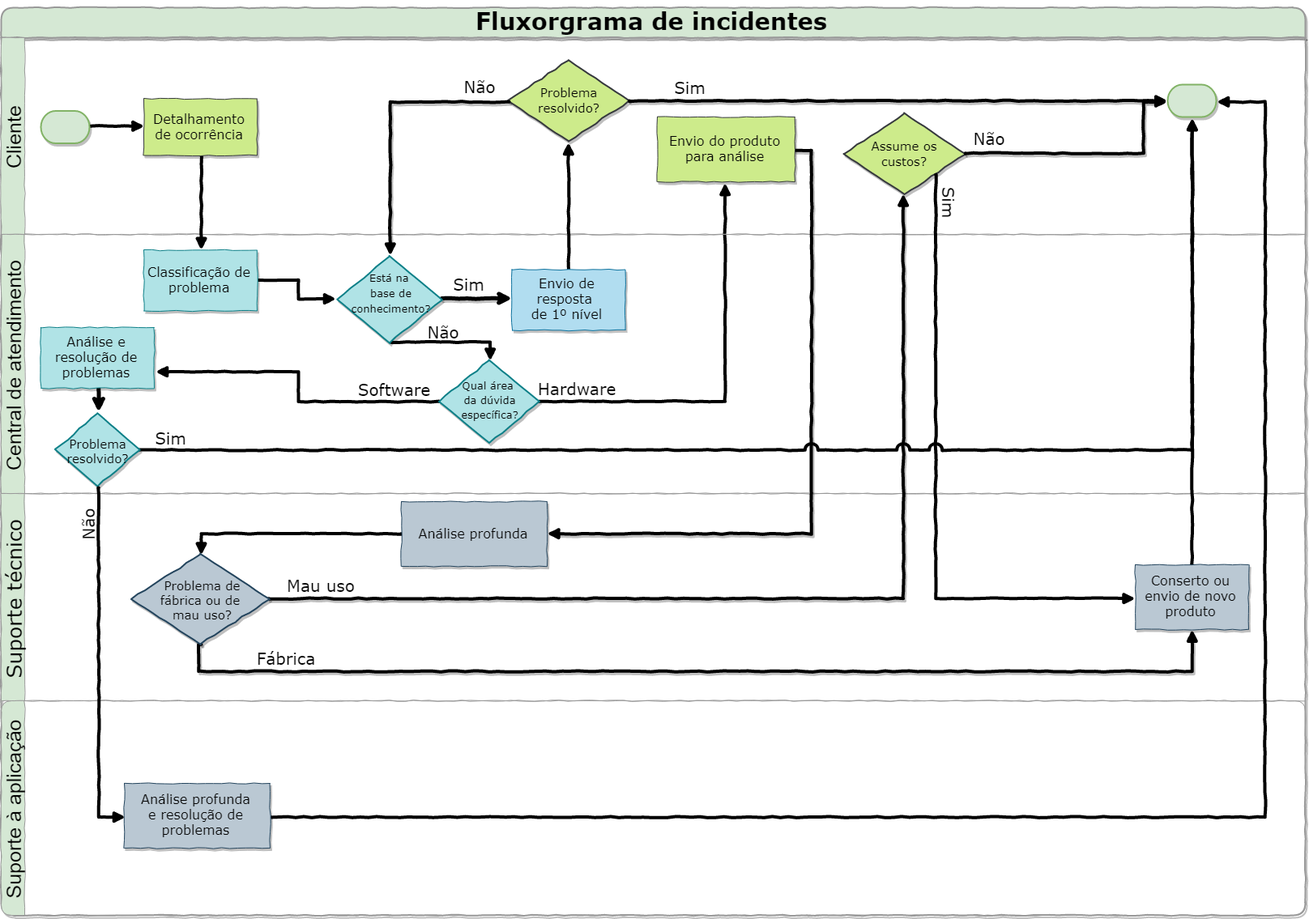
Earlier version of the draw.io export documentacao/Documentação/Fluxograma atendimento/Fluxograma de incidentes/Fluxograma-Incidentes.png (carinadidomenico/Plant.ai). Source tidied: cells renumbered, new cells last; positions are measured from the earlier drawing's top-left corner, leaving out a move shared by most shapes.
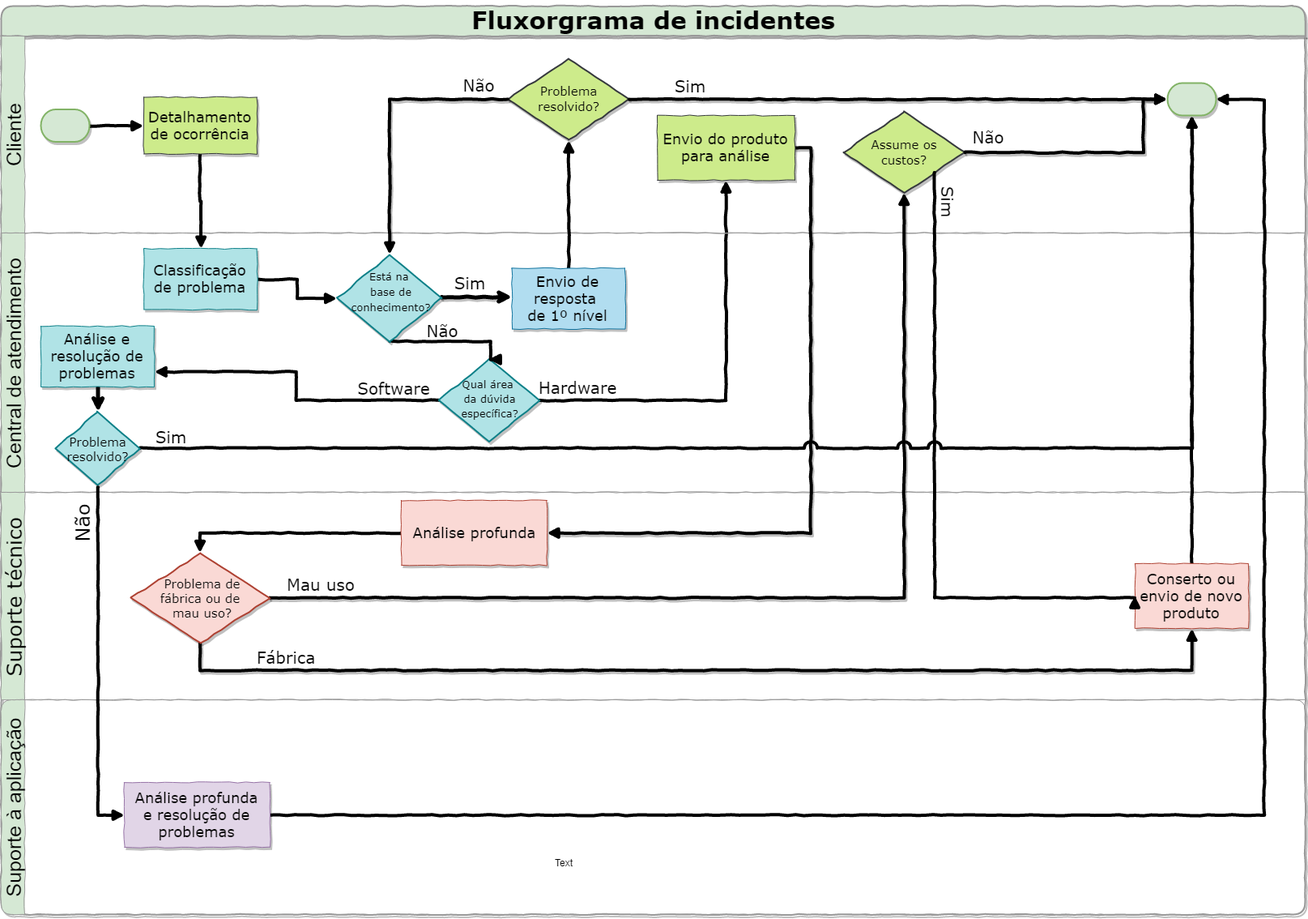
Later version of the same file.

Change to the diagram source:
```diff
@@ -14,7 +14,7 @@
     <mxCell id="5" style="rhombus;whiteSpace=wrap;html=1;rounded=0;strokeWidth=2;fillColor=#b0e3e6;fontFamily=Verdana;fontSize=16;comic=1;shadow=1;strokeColor=#0e8088;" parent="1" vertex="1">
       <mxGeometry x="540.5" y="435.5" width="124" height="102" as="geometry" />
     </mxCell>
-    <mxCell id="6" value="&lt;p style=&quot;line-height: 140%&quot;&gt;&lt;font style=&quot;font-size: 29px&quot;&gt;Fluxorgrama de incidentes&lt;/font&gt;&lt;/p&gt;" style="swimlane;html=1;horizontal=1;startSize=37;rounded=1;shadow=1;glass=0;comic=1;strokeWidth=2;fontFamily=Verdana;fontSize=15;swimlaneLine=1;arcSize=14;fillColor=#d5e8d4;strokeColor=#999999;" parent="1" vertex="1">
+    <mxCell id="6" value="&lt;p style=&quot;line-height: 140%&quot;&gt;&lt;font style=&quot;font-size: 30px&quot;&gt;Fluxorgrama de incidentes&lt;/font&gt;&lt;/p&gt;" style="swimlane;html=1;horizontal=1;startSize=37;rounded=1;shadow=1;glass=0;comic=1;strokeWidth=2;fontFamily=Verdana;fontSize=15;swimlaneLine=1;arcSize=14;fillColor=#d5e8d4;strokeColor=#999999;" parent="1" vertex="1">
       <mxGeometry width="1610" height="1121" as="geometry" />
     </mxCell>
     <mxCell id="7" value="&lt;font&gt;&lt;font style=&quot;font-size: 25px ; font-weight: normal&quot;&gt;Cliente&lt;/font&gt;&lt;br&gt;&lt;/font&gt;" style="swimlane;html=1;startSize=29;horizontal=0;swimlaneLine=1;rounded=1;comic=1;arcSize=0;fillColor=#d5e8d4;strokeColor=#999999;flipV=0;flipH=0;" parent="6" vertex="1">
@@ -56,8 +56,8 @@
     <mxCell id="19" value="&lt;font style=&quot;font-size: 20px;&quot;&gt;Fábrica&lt;/font&gt;" style="text;html=1;align=center;verticalAlign=middle;whiteSpace=wrap;rounded=0;fontFamily=Verdana;fontSize=20;rotation=90;shadow=1;comic=1;direction=south;horizontal=0;" parent="18" vertex="1">
       <mxGeometry x="341" y="157.5" width="20" height="90" as="geometry" />
     </mxCell>
-    <mxCell id="20" value="&lt;font style=&quot;font-size: 20px;&quot;&gt;Não&lt;/font&gt;" style="text;html=1;align=center;verticalAlign=middle;whiteSpace=wrap;rounded=0;fontFamily=Verdana;fontSize=20;shadow=1;comic=1;rotation=-90;" parent="18" vertex="1">
-      <mxGeometry x="87" y="27" width="40" height="23" as="geometry" />
+    <mxCell id="20" value="&lt;font style=&quot;font-size: 24px;&quot;&gt;Não&lt;/font&gt;" style="text;html=1;align=center;verticalAlign=middle;whiteSpace=wrap;rounded=0;fontFamily=Verdana;fontSize=24;shadow=1;comic=1;rotation=-90;" parent="18" vertex="1">
+      <mxGeometry x="80" y="27" width="40" height="23" as="geometry" />
     </mxCell>
     <mxCell id="21" value="&lt;font&gt;&lt;font style=&quot;font-size: 25px ; font-weight: normal&quot;&gt;Suporte à aplicação&lt;/font&gt;&lt;br&gt;&lt;/font&gt;" style="swimlane;html=1;startSize=29;horizontal=0;swimlaneLine=1;rounded=1;comic=1;fillColor=#d5e8d4;strokeColor=#999999;" parent="6" vertex="1">
       <mxGeometry y="856" width="1610" height="265" as="geometry" />
@@ -71,7 +71,7 @@
     <mxCell id="24" style="edgeStyle=orthogonalEdgeStyle;rounded=0;comic=1;jettySize=auto;html=1;exitX=0.5;exitY=1;exitDx=0;exitDy=0;shadow=0;startSize=20;endArrow=block;endFill=1;strokeWidth=4;jumpStyle=arc;" parent="1" edge="1" source="25" target="53">
       <mxGeometry relative="1" as="geometry" />
     </mxCell>
-    <mxCell id="25" value="Detalhamento de ocorrência" style="text;html=1;strokeColor=#36393d;fillColor=#cdeb8b;align=center;verticalAlign=middle;whiteSpace=wrap;rounded=0;fontSize=16;fontFamily=Verdana;horizontal=1;shadow=1;comic=1;" parent="1" vertex="1">
+    <mxCell id="25" value="&lt;font style=&quot;font-size: 18px&quot;&gt;Detalhamento de ocorrência&lt;/font&gt;" style="text;html=1;strokeColor=#36393d;fillColor=#cdeb8b;align=center;verticalAlign=middle;whiteSpace=wrap;rounded=0;fontSize=16;fontFamily=Verdana;horizontal=1;shadow=1;comic=1;" parent="1" vertex="1">
       <mxGeometry x="176" y="112.5" width="140" height="70" as="geometry" />
     </mxCell>
     <mxCell id="26" style="edgeStyle=orthogonalEdgeStyle;rounded=0;comic=1;jumpStyle=sharp;orthogonalLoop=1;jettySize=auto;html=1;exitX=1;exitY=0.5;exitDx=0;exitDy=0;entryX=0;entryY=0.5;entryDx=0;entryDy=0;shadow=1;fontFamily=Verdana;fontSize=15;strokeWidth=5;" parent="1" edge="1">
@@ -96,7 +96,7 @@
     <mxCell id="30" style="edgeStyle=orthogonalEdgeStyle;rounded=0;jettySize=auto;html=1;exitX=0.5;exitY=0;exitDx=0;exitDy=0;entryX=0.5;entryY=1;entryDx=0;entryDy=0;comic=1;endArrow=block;endFill=1;strokeWidth=4;jumpStyle=arc;" parent="1" edge="1" source="31" target="32">
       <mxGeometry relative="1" as="geometry" />
     </mxCell>
-    <mxCell id="31" value="Envio de resposta &lt;br&gt;de 1º nível" style="text;html=1;strokeColor=#10739e;fillColor=#b1ddf0;align=center;verticalAlign=middle;whiteSpace=wrap;rounded=0;fontSize=16;fontFamily=Verdana;horizontal=1;shadow=1;comic=1;" parent="1" vertex="1">
+    <mxCell id="31" value="&lt;font style=&quot;font-size: 18px&quot;&gt;Envio de resposta &lt;br&gt;de 1º nível&lt;/font&gt;" style="text;html=1;strokeColor=#10739e;fillColor=#b1ddf0;align=center;verticalAlign=middle;whiteSpace=wrap;rounded=0;fontSize=16;fontFamily=Verdana;horizontal=1;shadow=1;comic=1;" parent="1" vertex="1">
       <mxGeometry x="630.5" y="323.5" width="140" height="75" as="geometry" />
     </mxCell>
     <mxCell id="32" style="rhombus;whiteSpace=wrap;html=1;rounded=0;strokeWidth=2;fillColor=#cdeb8b;fontFamily=Verdana;fontSize=16;shadow=1;comic=1;strokeColor=#36393d;" parent="1" vertex="1">
@@ -122,13 +122,13 @@
     <mxCell id="37" style="edgeStyle=orthogonalEdgeStyle;rounded=0;comic=1;jettySize=auto;html=1;exitX=1;exitY=0.5;exitDx=0;exitDy=0;entryX=1;entryY=0.5;entryDx=0;entryDy=0;shadow=1;endArrow=block;endFill=1;strokeWidth=4;jumpStyle=arc;" parent="1" edge="1" source="38" target="40">
       <mxGeometry relative="1" as="geometry" />
     </mxCell>
-    <mxCell id="38" value="Envio do produto para análise" style="text;html=1;strokeColor=#36393d;fillColor=#cdeb8b;align=center;verticalAlign=middle;whiteSpace=wrap;rounded=0;fontSize=16;fontFamily=Verdana;horizontal=1;shadow=1;comic=1;" parent="1" vertex="1">
+    <mxCell id="38" value="&lt;font style=&quot;font-size: 18px&quot;&gt;Envio do produto para análise&lt;/font&gt;" style="text;html=1;strokeColor=#36393d;fillColor=#cdeb8b;align=center;verticalAlign=middle;whiteSpace=wrap;rounded=0;fontSize=16;fontFamily=Verdana;horizontal=1;shadow=1;comic=1;" parent="1" vertex="1">
       <mxGeometry x="810" y="135" width="170" height="80" as="geometry" />
     </mxCell>
     <mxCell id="39" style="edgeStyle=orthogonalEdgeStyle;rounded=0;comic=1;jettySize=auto;html=1;exitX=0;exitY=0.5;exitDx=0;exitDy=0;entryX=0.5;entryY=0;entryDx=0;entryDy=0;endArrow=block;endFill=1;strokeWidth=4;jumpStyle=arc;" parent="1" edge="1" source="40" target="43">
       <mxGeometry relative="1" as="geometry" />
     </mxCell>
-    <mxCell id="40" value="Análise profunda" style="text;html=1;strokeColor=#23445d;fillColor=#bac8d3;align=center;verticalAlign=middle;whiteSpace=wrap;rounded=0;fontSize=16;fontFamily=Verdana;horizontal=1;shadow=1;comic=1;" parent="1" vertex="1">
+    <mxCell id="40" value="&lt;font style=&quot;font-size: 18px&quot;&gt;Análise profunda&lt;/font&gt;" style="text;html=1;strokeColor=#ae4132;fillColor=#fad9d5;align=center;verticalAlign=middle;whiteSpace=wrap;rounded=0;fontSize=16;fontFamily=Verdana;horizontal=1;shadow=1;comic=1;" parent="1" vertex="1">
       <mxGeometry x="494" y="610" width="180" height="80" as="geometry" />
     </mxCell>
     <mxCell id="41" style="edgeStyle=orthogonalEdgeStyle;rounded=0;comic=1;jettySize=auto;html=1;exitX=1;exitY=0.5;exitDx=0;exitDy=0;entryX=0.5;entryY=1;entryDx=0;entryDy=0;shadow=1;endArrow=block;endFill=1;strokeWidth=4;jumpStyle=arc;" parent="1" edge="1" source="43" target="2">
@@ -142,16 +142,16 @@
         </Array>
       </mxGeometry>
     </mxCell>
-    <mxCell id="43" style="rhombus;whiteSpace=wrap;html=1;rounded=0;strokeWidth=2;fillColor=#bac8d3;fontFamily=Verdana;fontSize=16;comic=1;shadow=1;strokeColor=#23445d;" parent="1" vertex="1">
+    <mxCell id="43" style="rhombus;whiteSpace=wrap;html=1;rounded=0;strokeWidth=2;fillColor=#fad9d5;fontFamily=Verdana;fontSize=16;comic=1;shadow=1;strokeColor=#ae4132;" parent="1" vertex="1">
       <mxGeometry x="160.5" y="675" width="171" height="111" as="geometry" />
     </mxCell>
-    <mxCell id="44" value="&lt;font style=&quot;font-size: 15px&quot;&gt;Problema de fábrica ou de&amp;nbsp; mau uso?&lt;/font&gt;" style="text;html=1;strokeColor=none;fillColor=none;align=center;verticalAlign=middle;whiteSpace=wrap;rounded=0;shadow=1;glass=0;comic=1;fontFamily=Verdana;fontSize=15;" parent="1" vertex="1">
+    <mxCell id="44" value="&lt;font style=&quot;font-size: 15px&quot;&gt;Problema de fábrica ou de&amp;nbsp; mau uso?&lt;/font&gt;" style="text;html=1;align=center;verticalAlign=middle;whiteSpace=wrap;rounded=0;shadow=1;glass=0;comic=1;fontFamily=Verdana;fontSize=15;" parent="1" vertex="1">
       <mxGeometry x="191" y="699.5" width="115" height="62" as="geometry" />
     </mxCell>
     <mxCell id="45" style="edgeStyle=orthogonalEdgeStyle;rounded=0;jettySize=auto;html=1;entryX=0.5;entryY=1;entryDx=0;entryDy=0;entryPerimeter=0;comic=1;endArrow=block;endFill=1;strokeWidth=4;jumpStyle=arc;" parent="1" edge="1" source="46" target="36">
       <mxGeometry relative="1" as="geometry" />
     </mxCell>
-    <mxCell id="46" value="Conserto ou envio de novo produto" style="text;html=1;strokeColor=#23445d;fillColor=#bac8d3;align=center;verticalAlign=middle;whiteSpace=wrap;rounded=0;fontSize=16;fontFamily=Verdana;horizontal=1;shadow=1;comic=1;" parent="1" vertex="1">
+    <mxCell id="46" value="&lt;font style=&quot;font-size: 18px&quot;&gt;Conserto ou envio de novo produto&lt;/font&gt;" style="text;html=1;strokeColor=#ae4132;fillColor=#fad9d5;align=center;verticalAlign=middle;whiteSpace=wrap;rounded=0;fontSize=16;fontFamily=Verdana;horizontal=1;shadow=1;comic=1;" parent="1" vertex="1">
       <mxGeometry x="1400" y="688" width="140" height="80" as="geometry" />
     </mxCell>
     <mxCell id="47" style="edgeStyle=orthogonalEdgeStyle;rounded=0;comic=1;jettySize=auto;html=1;exitX=1;exitY=0.5;exitDx=0;exitDy=0;shadow=1;endArrow=block;endFill=1;strokeWidth=4;jumpStyle=arc;" parent="1" edge="1" source="2" target="36">
@@ -182,7 +182,7 @@
     <mxCell id="52" style="edgeStyle=elbowEdgeStyle;rounded=0;comic=1;jumpStyle=gap;jumpSize=10;jettySize=auto;html=1;exitX=1;exitY=0.5;exitDx=0;exitDy=0;entryX=0;entryY=0.5;entryDx=0;entryDy=0;endArrow=block;endFill=1;strokeWidth=4;fontSize=20;" parent="1" edge="1" source="53" target="28">
       <mxGeometry relative="1" as="geometry" />
     </mxCell>
-    <mxCell id="53" value="Classificação de problema" style="text;html=1;strokeColor=#0e8088;fillColor=#b0e3e6;align=center;verticalAlign=middle;whiteSpace=wrap;rounded=0;fontSize=16;fontFamily=Verdana;horizontal=1;shadow=1;comic=1;" parent="1" vertex="1">
+    <mxCell id="53" value="&lt;font style=&quot;font-size: 18px&quot;&gt;Classificação de problema&lt;/font&gt;" style="text;html=1;strokeColor=#0e8088;fillColor=#b0e3e6;align=center;verticalAlign=middle;whiteSpace=wrap;rounded=0;fontSize=16;fontFamily=Verdana;horizontal=1;shadow=1;comic=1;" parent="1" vertex="1">
       <mxGeometry x="176" y="299.5" width="140" height="75" as="geometry" />
     </mxCell>
     <mxCell id="54" style="edgeStyle=orthogonalEdgeStyle;rounded=0;comic=1;jettySize=auto;html=1;exitX=1;exitY=0.5;exitDx=0;exitDy=0;entryX=1;entryY=0.5;entryDx=0;entryDy=0;entryPerimeter=0;endArrow=block;endFill=1;strokeWidth=4;jumpStyle=arc;" parent="1" edge="1" source="55" target="36">
@@ -193,13 +193,13 @@
         </Array>
       </mxGeometry>
     </mxCell>
-    <mxCell id="55" value="Análise profunda&lt;br&gt;e resolução de problemas" style="text;html=1;strokeColor=#23445d;fillColor=#bac8d3;align=center;verticalAlign=middle;whiteSpace=wrap;rounded=0;fontSize=16;fontFamily=Verdana;horizontal=1;shadow=1;comic=1;" parent="1" vertex="1">
+    <mxCell id="55" value="&lt;font style=&quot;font-size: 18px&quot;&gt;Análise profunda&lt;br&gt;e resolução de problemas&lt;/font&gt;" style="text;html=1;strokeColor=#9673a6;fillColor=#e1d5e7;align=center;verticalAlign=middle;whiteSpace=wrap;rounded=0;fontSize=16;fontFamily=Verdana;horizontal=1;shadow=1;comic=1;" parent="1" vertex="1">
       <mxGeometry x="152" y="958" width="180" height="80" as="geometry" />
     </mxCell>
     <mxCell id="56" style="edgeStyle=orthogonalEdgeStyle;rounded=0;comic=1;jettySize=auto;html=1;exitX=0.5;exitY=1;exitDx=0;exitDy=0;entryX=0.5;entryY=0;entryDx=0;entryDy=0;strokeWidth=5;" parent="1" edge="1" source="57" target="59">
       <mxGeometry relative="1" as="geometry" />
     </mxCell>
-    <mxCell id="57" value="Análise e resolução de problemas" style="text;html=1;strokeColor=#0e8088;fillColor=#b0e3e6;align=center;verticalAlign=middle;whiteSpace=wrap;rounded=0;fontSize=16;fontFamily=Verdana;horizontal=1;shadow=1;comic=1;" parent="1" vertex="1">
+    <mxCell id="57" value="&lt;font style=&quot;font-size: 18px&quot;&gt;Análise e resolução de problemas&lt;/font&gt;" style="text;html=1;strokeColor=#0e8088;fillColor=#b0e3e6;align=center;verticalAlign=middle;whiteSpace=wrap;rounded=0;fontSize=16;fontFamily=Verdana;horizontal=1;shadow=1;comic=1;" parent="1" vertex="1">
       <mxGeometry x="49" y="395" width="140" height="75" as="geometry" />
     </mxCell>
     <mxCell id="58" style="edgeStyle=orthogonalEdgeStyle;rounded=0;comic=1;jettySize=auto;html=1;exitX=1;exitY=0.5;exitDx=0;exitDy=0;entryX=0.5;entryY=1;entryDx=0;entryDy=0;entryPerimeter=0;endArrow=block;endFill=1;strokeWidth=4;jumpStyle=arc;jumpSize=10;" parent="1" edge="1" source="59" target="36">
@@ -214,5 +214,8 @@
     <mxCell id="61" value="&lt;font style=&quot;font-size: 15px&quot;&gt;Problema resolvido?&lt;/font&gt;" style="text;html=1;strokeColor=none;fillColor=none;align=center;verticalAlign=middle;whiteSpace=wrap;rounded=0;shadow=1;glass=0;comic=1;fontFamily=Verdana;fontSize=15;" parent="1" vertex="1">
       <mxGeometry x="77.5" y="524" width="83" height="44" as="geometry" />
     </mxCell>
+    <mxCell id="62" value="Text" style="text;html=1;align=center;verticalAlign=middle;" parent="1" vertex="1">
+      <mxGeometry x="675" y="1047" width="40" height="20" as="geometry" />
+    </mxCell>
   </root>
 </mxGraphModel>
```
